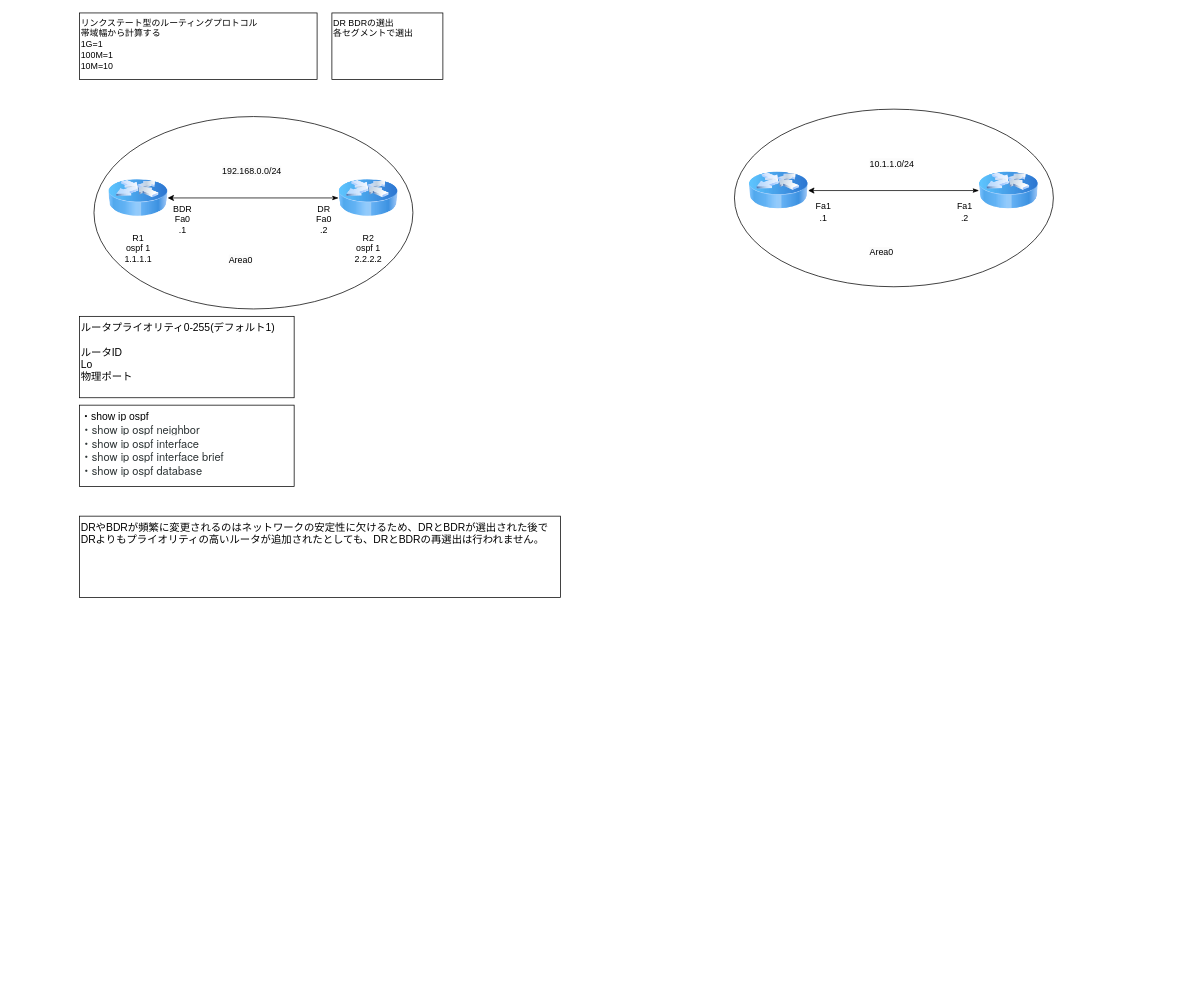
kyforprogram/ccna keeps this draw.io diagram as page "OSPF.RouteID" (3 of 3) of OSPF.drawio. Above is the earlier version. Source tidied: cells renumbered, new cells numbered last; positions are measured from the earlier drawing's top-left corner, leaving out a move shared by most shapes. Both pictures are drawn from the tidied source at 74%, with x=0, y=0 at pixel (79, 13).
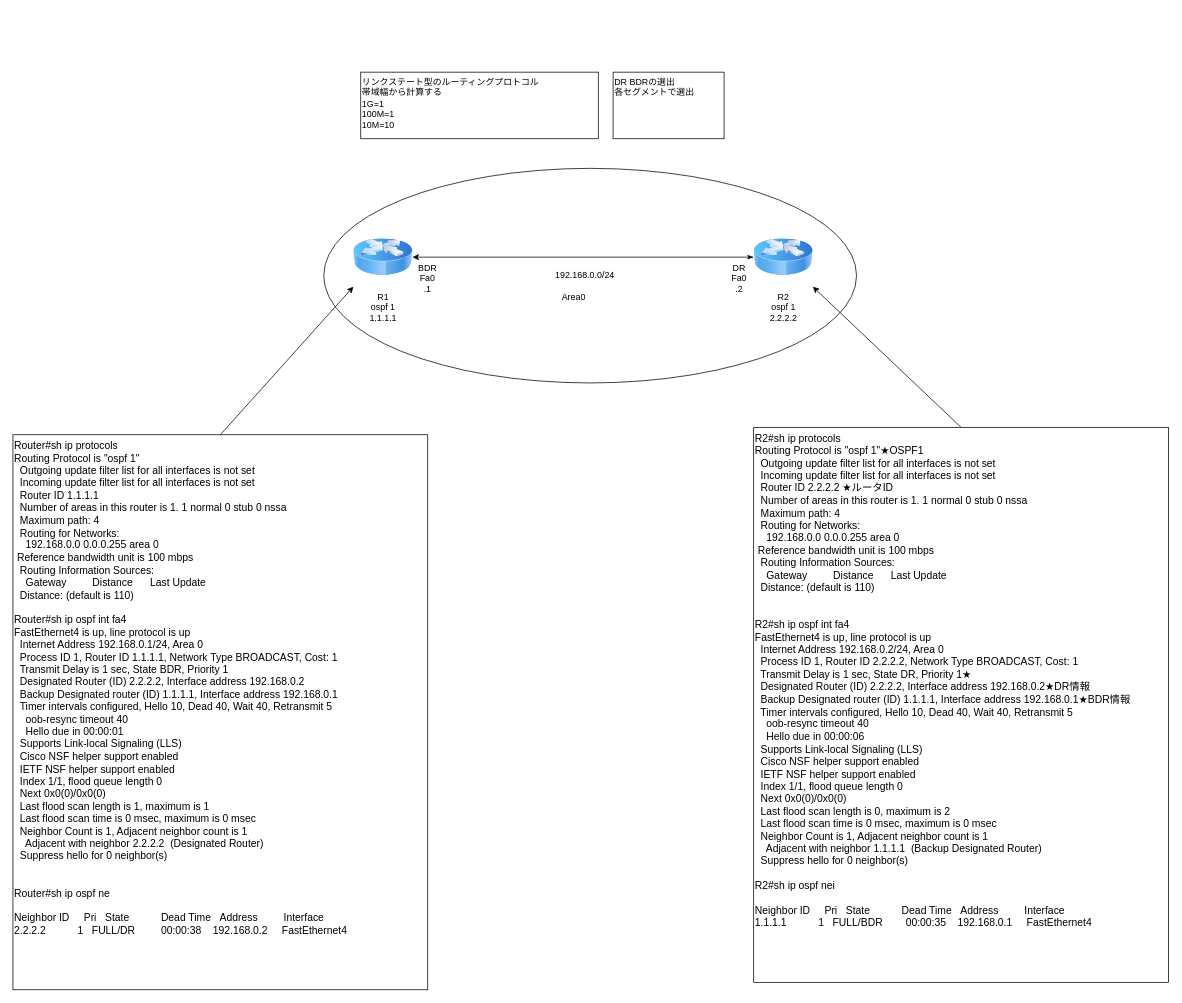
The same page after the edit.

Commit message:
OSPF.drawio を更新します

Diff of the diagram source:
```diff
@@
     <mxCell id="2" style="ellipse;whiteSpace=wrap;html=1;strokeColor=default;fontFamily=Helvetica;fontSize=14;fontColor=default;fillColor=default;" parent="1" vertex="1">
-      <mxGeometry x="19.5" y="140" width="431" height="260" as="geometry" />
+      <mxGeometry x="330" y="210" width="720" height="290" as="geometry" />
     </mxCell>
     <mxCell id="3" value="R1&lt;br&gt;ospf 1&lt;br&gt;1.1.1.1" style="image;html=1;image=img/lib/clip_art/networking/Router_Icon_128x128.png;" parent="1" vertex="1">
-      <mxGeometry x="39" y="210" width="80" height="80" as="geometry" />
+      <mxGeometry x="370" y="290" width="80" height="80" as="geometry" />
     </mxCell>
@@
-    <mxCell id="5" value="R2&lt;br&gt;ospf 1&lt;br&gt;2.2.2.2" style="image;html=1;image=img/lib/clip_art/networking/Router_Icon_128x128.png;" parent="1" vertex="1">
-      <mxGeometry x="350" y="210" width="80" height="80" as="geometry" />
+    <mxCell id="5" value="R2&lt;br&gt;ospf 1&lt;br&gt;2.2.2.2" style="image;html=1;image=img/lib/clip_art/networking/Router_Icon_128x128.png;imageBorder=none;" parent="1" vertex="1">
+      <mxGeometry x="911" y="290" width="80" height="80" as="geometry" />
     </mxCell>
     <mxCell id="6" value="&lt;span style=&quot;color: rgb(0, 0, 0); font-family: Helvetica; font-size: 12px; font-style: normal; font-variant-ligatures: normal; font-variant-caps: normal; font-weight: 400; letter-spacing: normal; orphans: 2; text-align: center; text-indent: 0px; text-transform: none; widows: 2; word-spacing: 0px; -webkit-text-stroke-width: 0px; background-color: rgb(251, 251, 251); text-decoration-thickness: initial; text-decoration-style: initial; text-decoration-color: initial; float: none; display: inline !important;&quot;&gt;192.168.0.0/24&lt;/span&gt;" style="text;whiteSpace=wrap;html=1;" parent="1" vertex="1">
-      <mxGeometry x="190.5" y="200" width="89" height="30" as="geometry" />
+      <mxGeometry x="640.5" y="340" width="89" height="30" as="geometry" />
     </mxCell>
     <mxCell id="7" value="リンクステート型のルーティングプロトコル&lt;br&gt;帯域幅から計算する&lt;br&gt;1G=1&lt;br&gt;100M=1&lt;br&gt;10M=10" style="whiteSpace=wrap;html=1;align=left;verticalAlign=top;" parent="1" vertex="1">
-      <mxGeometry width="321" height="90" as="geometry" />
+      <mxGeometry x="380" y="80" width="321" height="90" as="geometry" />
     </mxCell>
     <mxCell id="8" value="BDR&lt;br&gt;Fa0&lt;br&gt;.1" style="text;html=1;align=center;verticalAlign=middle;strokeColor=none;fillColor=none;" parent="1" vertex="1">
-      <mxGeometry x="114" y="249" width="50" height="60" as="geometry" />
+      <mxGeometry x="445" y="329" width="50" height="60" as="geometry" />
     </mxCell>
     <mxCell id="9" value="DR&lt;br&gt;Fa0&lt;br&gt;.2" style="text;html=1;align=center;verticalAlign=middle;strokeColor=none;fillColor=none;" parent="1" vertex="1">
-      <mxGeometry x="310" y="249" width="40" height="60" as="geometry" />
+      <mxGeometry x="871" y="329" width="40" height="60" as="geometry" />
     </mxCell>
     <mxCell id="10" value="DR BDRの選出&lt;br&gt;各セグメントで選出&lt;br&gt;" style="whiteSpace=wrap;html=1;align=left;verticalAlign=top;" parent="1" vertex="1">
-      <mxGeometry x="341" width="150" height="90" as="geometry" />
+      <mxGeometry x="721" y="80" width="150" height="90" as="geometry" />
     </mxCell>
-    <mxCell id="11" value="ルータプライオリティ0-255(デフォルト1)&lt;br style=&quot;font-size: 14px;&quot;&gt;&lt;br style=&quot;font-size: 14px;&quot;&gt;ルータID&lt;br style=&quot;font-size: 14px;&quot;&gt;Lo&lt;br style=&quot;font-size: 14px;&quot;&gt;物理ポート" style="whiteSpace=wrap;html=1;align=left;verticalAlign=top;fontSize=14;" parent="1" vertex="1">
-      <mxGeometry y="410" width="290" height="110" as="geometry" />
-    </mxCell>
-    <mxCell id="12" value="・show ip ospf&lt;br style=&quot;box-sizing: border-box; color: rgb(47, 54, 55); font-family: &amp;quot;JetBrains Mono&amp;quot;, &amp;quot;Helvetica Neue&amp;quot;, Arial, &amp;quot;Hiragino Kaku Gothic ProN&amp;quot;, &amp;quot;Hiragino Sans&amp;quot;, Meiryo, sans-serif; font-size: 15.008px; font-variant-ligatures: none; background-color: rgb(255, 255, 255);&quot;&gt;&lt;span style=&quot;color: rgb(47, 54, 55); font-family: &amp;quot;JetBrains Mono&amp;quot;, &amp;quot;Helvetica Neue&amp;quot;, Arial, &amp;quot;Hiragino Kaku Gothic ProN&amp;quot;, &amp;quot;Hiragino Sans&amp;quot;, Meiryo, sans-serif; font-size: 15.008px; font-variant-ligatures: none; background-color: rgb(255, 255, 255);&quot;&gt;・show ip ospf neighbor&lt;/span&gt;&lt;br style=&quot;box-sizing: border-box; color: rgb(47, 54, 55); font-family: &amp;quot;JetBrains Mono&amp;quot;, &amp;quot;Helvetica Neue&amp;quot;, Arial, &amp;quot;Hiragino Kaku Gothic ProN&amp;quot;, &amp;quot;Hiragino Sans&amp;quot;, Meiryo, sans-serif; font-size: 15.008px; font-variant-ligatures: none; background-color: rgb(255, 255, 255);&quot;&gt;&lt;span style=&quot;color: rgb(47, 54, 55); font-family: &amp;quot;JetBrains Mono&amp;quot;, &amp;quot;Helvetica Neue&amp;quot;, Arial, &amp;quot;Hiragino Kaku Gothic ProN&amp;quot;, &amp;quot;Hiragino Sans&amp;quot;, Meiryo, sans-serif; font-size: 15.008px; font-variant-ligatures: none; background-color: rgb(255, 255, 255);&quot;&gt;・show ip ospf interface&lt;/span&gt;&lt;br style=&quot;box-sizing: border-box; color: rgb(47, 54, 55); font-family: &amp;quot;JetBrains Mono&amp;quot;, &amp;quot;Helvetica Neue&amp;quot;, Arial, &amp;quot;Hiragino Kaku Gothic ProN&amp;quot;, &amp;quot;Hiragino Sans&amp;quot;, Meiryo, sans-serif; font-size: 15.008px; font-variant-ligatures: none; background-color: rgb(255, 255, 255);&quot;&gt;&lt;span style=&quot;color: rgb(47, 54, 55); font-family: &amp;quot;JetBrains Mono&amp;quot;, &amp;quot;Helvetica Neue&amp;quot;, Arial, &amp;quot;Hiragino Kaku Gothic ProN&amp;quot;, &amp;quot;Hiragino Sans&amp;quot;, Meiryo, sans-serif; font-size: 15.008px; font-variant-ligatures: none; background-color: rgb(255, 255, 255);&quot;&gt;・show ip ospf interface brief&lt;/span&gt;&lt;br style=&quot;box-sizing: border-box; color: rgb(47, 54, 55); font-family: &amp;quot;JetBrains Mono&amp;quot;, &amp;quot;Helvetica Neue&amp;quot;, Arial, &amp;quot;Hiragino Kaku Gothic ProN&amp;quot;, &amp;quot;Hiragino Sans&amp;quot;, Meiryo, sans-serif; font-size: 15.008px; font-variant-ligatures: none; background-color: rgb(255, 255, 255);&quot;&gt;&lt;span style=&quot;color: rgb(47, 54, 55); font-family: &amp;quot;JetBrains Mono&amp;quot;, &amp;quot;Helvetica Neue&amp;quot;, Arial, &amp;quot;Hiragino Kaku Gothic ProN&amp;quot;, &amp;quot;Hiragino Sans&amp;quot;, Meiryo, sans-serif; font-size: 15.008px; font-variant-ligatures: none; background-color: rgb(255, 255, 255);&quot;&gt;・show ip ospf database&lt;/span&gt;" style="whiteSpace=wrap;html=1;align=left;verticalAlign=top;fontSize=14;" parent="1" vertex="1">
-      <mxGeometry y="530" width="290" height="110" as="geometry" />
-    </mxCell>
     <mxCell id="13" value="&lt;span style=&quot;color: rgb(0, 0, 0); font-family: Helvetica; font-size: 12px; font-style: normal; font-variant-ligatures: normal; font-variant-caps: normal; font-weight: 400; letter-spacing: normal; orphans: 2; text-align: center; text-indent: 0px; text-transform: none; widows: 2; word-spacing: 0px; -webkit-text-stroke-width: 0px; background-color: rgb(251, 251, 251); text-decoration-thickness: initial; text-decoration-style: initial; text-decoration-color: initial; float: none; display: inline !important;&quot;&gt;Area0&lt;/span&gt;" style="text;whiteSpace=wrap;html=1;" parent="1" vertex="1">
-      <mxGeometry x="200" y="320" width="70" height="30" as="geometry" />
+      <mxGeometry x="650" y="370" width="70" height="30" as="geometry" />
     </mxCell>
-    <mxCell id="14" style="ellipse;whiteSpace=wrap;html=1;strokeColor=default;fontFamily=Helvetica;fontSize=14;fontColor=default;fillColor=default;" parent="1" vertex="1">
-      <mxGeometry x="885" y="130" width="431" height="240" as="geometry" />
-    </mxCell>
-    <mxCell id="15" style="image;html=1;image=img/lib/clip_art/networking/Router_Icon_128x128.png;" parent="1" vertex="1">
-      <mxGeometry x="904.5" y="200" width="80" height="80" as="geometry" />
-    </mxCell>
-    <mxCell id="16" style="rounded=0;jettySize=auto;html=1;exitX=0;exitY=0.5;exitDx=0;exitDy=0;entryX=1;entryY=0.5;entryDx=0;entryDy=0;startArrow=classicThin;startFill=1;" parent="1" edge="1" source="17" target="15">
-      <mxGeometry relative="1" as="geometry" />
-    </mxCell>
-    <mxCell id="17" style="image;html=1;image=img/lib/clip_art/networking/Router_Icon_128x128.png;" parent="1" vertex="1">
-      <mxGeometry x="1215.5" y="200" width="80" height="80" as="geometry" />
-    </mxCell>
-    <mxCell id="18" value="&lt;span style=&quot;color: rgb(0, 0, 0); font-family: Helvetica; font-size: 12px; font-style: normal; font-variant-ligatures: normal; font-variant-caps: normal; font-weight: 400; letter-spacing: normal; orphans: 2; text-align: center; text-indent: 0px; text-transform: none; widows: 2; word-spacing: 0px; -webkit-text-stroke-width: 0px; background-color: rgb(251, 251, 251); text-decoration-thickness: initial; text-decoration-style: initial; text-decoration-color: initial; float: none; display: inline !important;&quot;&gt;10.1.1.0/24&lt;/span&gt;" style="text;whiteSpace=wrap;html=1;" parent="1" vertex="1">
-      <mxGeometry x="1065.5" y="190" width="70" height="30" as="geometry" />
-    </mxCell>
-    <mxCell id="19" value="Fa1&lt;br&gt;.1" style="text;html=1;align=center;verticalAlign=middle;strokeColor=none;fillColor=none;" parent="1" vertex="1">
-      <mxGeometry x="984.5" y="249" width="40" height="40" as="geometry" />
-    </mxCell>
-    <mxCell id="20" value="Fa1&lt;br&gt;.2" style="text;html=1;align=center;verticalAlign=middle;strokeColor=none;fillColor=none;" parent="1" vertex="1">
-      <mxGeometry x="1175.5" y="249" width="40" height="40" as="geometry" />
-    </mxCell>
-    <mxCell id="21" value="&lt;span style=&quot;color: rgb(0, 0, 0); font-family: Helvetica; font-size: 12px; font-style: normal; font-variant-ligatures: normal; font-variant-caps: normal; font-weight: 400; letter-spacing: normal; orphans: 2; text-align: center; text-indent: 0px; text-transform: none; widows: 2; word-spacing: 0px; -webkit-text-stroke-width: 0px; background-color: rgb(251, 251, 251); text-decoration-thickness: initial; text-decoration-style: initial; text-decoration-color: initial; float: none; display: inline !important;&quot;&gt;Area0&lt;/span&gt;" style="text;whiteSpace=wrap;html=1;" parent="1" vertex="1">
-      <mxGeometry x="1065.5" y="310" width="70" height="30" as="geometry" />
-    </mxCell>
-    <mxCell id="22" value="DRやBDRが頻繁に変更されるのはネットワークの安定性に欠けるため、DRとBDRが選出された後でDRよりもプライオリティの高いルータが追加されたとしても、DRとBDRの再選出は行われません。" style="whiteSpace=wrap;html=1;align=left;verticalAlign=top;fontSize=14;" parent="1" vertex="1">
-      <mxGeometry y="680" width="650" height="110" as="geometry" />
-    </mxCell>
+    <mxCell id="23" style="rounded=0;jettySize=auto;html=1;exitX=0.5;exitY=0;exitDx=0;exitDy=0;entryX=1;entryY=1;entryDx=0;entryDy=0;" parent="1" edge="1" source="24" target="5">
+      <mxGeometry relative="1" as="geometry" />
+    </mxCell>
+    <mxCell id="24" value="&lt;div&gt;R2#sh ip protocols&lt;/div&gt;&lt;div&gt;Routing Protocol is &quot;ospf 1&quot;★OSPF1&lt;/div&gt;&lt;div&gt;&amp;nbsp; Outgoing update filter list for all interfaces is not set&lt;/div&gt;&lt;div&gt;&amp;nbsp; Incoming update filter list for all interfaces is not set&lt;/div&gt;&lt;div&gt;&amp;nbsp; Router ID 2.2.2.2 ★ルータID&lt;/div&gt;&lt;div&gt;&amp;nbsp; Number of areas in this router is 1. 1 normal 0 stub 0 nssa&lt;/div&gt;&lt;div&gt;&amp;nbsp; Maximum path: 4&lt;/div&gt;&lt;div&gt;&amp;nbsp; Routing for Networks:&lt;/div&gt;&lt;div&gt;&amp;nbsp; &amp;nbsp; 192.168.0.0 0.0.0.255 area 0&lt;/div&gt;&lt;div&gt;&amp;nbsp;Reference bandwidth unit is 100 mbps&lt;/div&gt;&lt;div&gt;&amp;nbsp; Routing Information Sources:&lt;/div&gt;&lt;div&gt;&amp;nbsp; &amp;nbsp; Gateway&amp;nbsp; &amp;nbsp; &amp;nbsp; &amp;nbsp; &amp;nbsp;Distance&amp;nbsp; &amp;nbsp; &amp;nbsp; Last Update&lt;/div&gt;&lt;div&gt;&amp;nbsp; Distance: (default is 110)&lt;/div&gt;&lt;div&gt;&lt;br&gt;&lt;/div&gt;&lt;div&gt;&lt;br&gt;&lt;/div&gt;&lt;div&gt;&lt;div&gt;R2#sh ip ospf int fa4&lt;/div&gt;&lt;div&gt;FastEthernet4 is up, line protocol is up&lt;/div&gt;&lt;div&gt;&amp;nbsp; Internet Address 192.168.0.2/24, Area 0&lt;/div&gt;&lt;div&gt;&amp;nbsp; Process ID 1, Router ID 2.2.2.2, Network Type BROADCAST, Cost: 1&lt;/div&gt;&lt;div&gt;&amp;nbsp; Transmit Delay is 1 sec, State DR, Priority 1★&lt;/div&gt;&lt;div&gt;&amp;nbsp; Designated Router (ID) 2.2.2.2, Interface address 192.168.0.2★DR情報&lt;/div&gt;&lt;div&gt;&amp;nbsp; Backup Designated router (ID) 1.1.1.1, Interface address 192.168.0.1★BDR情報&lt;/div&gt;&lt;div&gt;&amp;nbsp; Timer intervals configured, Hello 10, Dead 40, Wait 40, Retransmit 5&lt;/div&gt;&lt;div&gt;&amp;nbsp; &amp;nbsp; oob-resync timeout 40&lt;/div&gt;&lt;div&gt;&amp;nbsp; &amp;nbsp; Hello due in 00:00:06&lt;/div&gt;&lt;div&gt;&amp;nbsp; Supports Link-local Signaling (LLS)&lt;/div&gt;&lt;div&gt;&amp;nbsp; Cisco NSF helper support enabled&lt;/div&gt;&lt;div&gt;&amp;nbsp; IETF NSF helper support enabled&lt;/div&gt;&lt;div&gt;&amp;nbsp; Index 1/1, flood queue length 0&lt;/div&gt;&lt;div&gt;&amp;nbsp; Next 0x0(0)/0x0(0)&lt;/div&gt;&lt;div&gt;&amp;nbsp; Last flood scan length is 0, maximum is 2&lt;/div&gt;&lt;div&gt;&amp;nbsp; Last flood scan time is 0 msec, maximum is 0 msec&lt;/div&gt;&lt;div&gt;&amp;nbsp; Neighbor Count is 1, Adjacent neighbor count is 1&lt;/div&gt;&lt;div&gt;&amp;nbsp; &amp;nbsp; Adjacent with neighbor 1.1.1.1&amp;nbsp; (Backup Designated Router)&lt;/div&gt;&lt;div&gt;&amp;nbsp; Suppress hello for 0 neighbor(s)&lt;/div&gt;&lt;/div&gt;&lt;div&gt;&lt;br&gt;&lt;/div&gt;&lt;div&gt;&lt;div&gt;R2#sh ip ospf nei&lt;/div&gt;&lt;div&gt;&lt;br&gt;&lt;/div&gt;&lt;div&gt;Neighbor ID&amp;nbsp; &amp;nbsp; &amp;nbsp;Pri&amp;nbsp; &amp;nbsp;State&amp;nbsp; &amp;nbsp; &amp;nbsp; &amp;nbsp; &amp;nbsp; &amp;nbsp;Dead Time&amp;nbsp; &amp;nbsp;Address&amp;nbsp; &amp;nbsp; &amp;nbsp; &amp;nbsp; &amp;nbsp;Interface&lt;/div&gt;&lt;div&gt;1.1.1.1&amp;nbsp; &amp;nbsp; &amp;nbsp; &amp;nbsp; &amp;nbsp; &amp;nbsp;1&amp;nbsp; &amp;nbsp;FULL/BDR&amp;nbsp; &amp;nbsp; &amp;nbsp; &amp;nbsp; 00:00:35&amp;nbsp; &amp;nbsp; 192.168.0.1&amp;nbsp; &amp;nbsp; &amp;nbsp;FastEthernet4&lt;/div&gt;&lt;/div&gt;" style="whiteSpace=wrap;html=1;align=left;verticalAlign=top;fontSize=14;" parent="1" vertex="1">
+      <mxGeometry x="911" y="560" width="560.5" height="750" as="geometry" />
+    </mxCell>
+    <mxCell id="25" style="rounded=0;jettySize=auto;html=1;exitX=0.5;exitY=0;exitDx=0;exitDy=0;entryX=0;entryY=1;entryDx=0;entryDy=0;" parent="1" edge="1" source="26" target="3">
+      <mxGeometry relative="1" as="geometry" />
+    </mxCell>
+    <mxCell id="26" value="&lt;div&gt;Router#sh ip protocols&lt;/div&gt;&lt;div&gt;Routing Protocol is &quot;ospf 1&quot;&lt;/div&gt;&lt;div&gt;&amp;nbsp; Outgoing update filter list for all interfaces is not set&lt;/div&gt;&lt;div&gt;&amp;nbsp; Incoming update filter list for all interfaces is not set&lt;/div&gt;&lt;div&gt;&amp;nbsp; Router ID 1.1.1.1&lt;/div&gt;&lt;div&gt;&amp;nbsp; Number of areas in this router is 1. 1 normal 0 stub 0 nssa&lt;/div&gt;&lt;div&gt;&amp;nbsp; Maximum path: 4&lt;/div&gt;&lt;div&gt;&amp;nbsp; Routing for Networks:&lt;/div&gt;&lt;div&gt;&amp;nbsp; &amp;nbsp; 192.168.0.0 0.0.0.255 area 0&lt;/div&gt;&lt;div&gt;&amp;nbsp;Reference bandwidth unit is 100 mbps&lt;/div&gt;&lt;div&gt;&amp;nbsp; Routing Information Sources:&lt;/div&gt;&lt;div&gt;&amp;nbsp; &amp;nbsp; Gateway&amp;nbsp; &amp;nbsp; &amp;nbsp; &amp;nbsp; &amp;nbsp;Distance&amp;nbsp; &amp;nbsp; &amp;nbsp; Last Update&lt;/div&gt;&lt;div&gt;&amp;nbsp; Distance: (default is 110)&lt;/div&gt;&lt;div&gt;&lt;br&gt;&lt;/div&gt;&lt;div&gt;&lt;div&gt;&lt;span style=&quot;background-color: initial;&quot;&gt;Router#sh ip ospf int fa4&lt;/span&gt;&lt;br&gt;&lt;/div&gt;&lt;div&gt;FastEthernet4 is up, line protocol is up&lt;/div&gt;&lt;div&gt;&amp;nbsp; Internet Address 192.168.0.1/24, Area 0&lt;/div&gt;&lt;div&gt;&amp;nbsp; Process ID 1, Router ID 1.1.1.1, Network Type BROADCAST, Cost: 1&lt;/div&gt;&lt;div&gt;&amp;nbsp; Transmit Delay is 1 sec, State BDR, Priority 1&lt;/div&gt;&lt;div&gt;&amp;nbsp; Designated Router (ID) 2.2.2.2, Interface address 192.168.0.2&lt;/div&gt;&lt;div&gt;&amp;nbsp; Backup Designated router (ID) 1.1.1.1, Interface address 192.168.0.1&lt;/div&gt;&lt;div&gt;&amp;nbsp; Timer intervals configured, Hello 10, Dead 40, Wait 40, Retransmit 5&lt;/div&gt;&lt;div&gt;&amp;nbsp; &amp;nbsp; oob-resync timeout 40&lt;/div&gt;&lt;div&gt;&amp;nbsp; &amp;nbsp; Hello due in 00:00:01&lt;/div&gt;&lt;div&gt;&amp;nbsp; Supports Link-local Signaling (LLS)&lt;/div&gt;&lt;div&gt;&amp;nbsp; Cisco NSF helper support enabled&lt;/div&gt;&lt;div&gt;&amp;nbsp; IETF NSF helper support enabled&lt;/div&gt;&lt;div&gt;&amp;nbsp; Index 1/1, flood queue length 0&lt;/div&gt;&lt;div&gt;&amp;nbsp; Next 0x0(0)/0x0(0)&lt;/div&gt;&lt;div&gt;&amp;nbsp; Last flood scan length is 1, maximum is 1&lt;/div&gt;&lt;div&gt;&amp;nbsp; Last flood scan time is 0 msec, maximum is 0 msec&lt;/div&gt;&lt;div&gt;&amp;nbsp; Neighbor Count is 1, Adjacent neighbor count is 1&lt;/div&gt;&lt;div&gt;&amp;nbsp; &amp;nbsp; Adjacent with neighbor 2.2.2.2&amp;nbsp; (Designated Router)&lt;/div&gt;&lt;div&gt;&amp;nbsp; Suppress hello for 0 neighbor(s)&lt;/div&gt;&lt;/div&gt;&lt;div&gt;&lt;br&gt;&lt;/div&gt;&lt;div&gt;&lt;br&gt;&lt;/div&gt;&lt;div&gt;&lt;div&gt;Router#sh ip ospf ne&lt;/div&gt;&lt;div&gt;&lt;br&gt;&lt;/div&gt;&lt;div&gt;Neighbor ID&amp;nbsp; &amp;nbsp; &amp;nbsp;Pri&amp;nbsp; &amp;nbsp;State&amp;nbsp; &amp;nbsp; &amp;nbsp; &amp;nbsp; &amp;nbsp; &amp;nbsp;Dead Time&amp;nbsp; &amp;nbsp;Address&amp;nbsp; &amp;nbsp; &amp;nbsp; &amp;nbsp; &amp;nbsp;Interface&lt;/div&gt;&lt;div&gt;2.2.2.2&amp;nbsp; &amp;nbsp; &amp;nbsp; &amp;nbsp; &amp;nbsp; &amp;nbsp;1&amp;nbsp; &amp;nbsp;FULL/DR&amp;nbsp; &amp;nbsp; &amp;nbsp; &amp;nbsp; &amp;nbsp;00:00:38&amp;nbsp; &amp;nbsp; 192.168.0.2&amp;nbsp; &amp;nbsp; &amp;nbsp;FastEthernet4&lt;/div&gt;&lt;/div&gt;" style="whiteSpace=wrap;html=1;align=left;verticalAlign=top;fontSize=14;" parent="1" vertex="1">
+      <mxGeometry x="-90" y="570" width="560.5" height="750" as="geometry" />
+    </mxCell>
```
